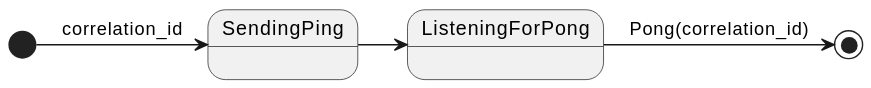
Above: ping.svg in peterpaul/kafka-ping-stm (PlantUML), before the change.
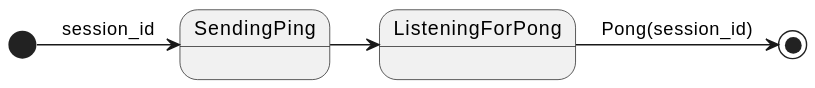
Later version of the same file.

Commit message:
[refactor] Rename correlation_id to session_id

What changed in the source:
```diff
@@ -1,5 +1,5 @@
 @startuml
-[*] -> SendingPing: correlation_id
+[*] -> SendingPing: session_id
 SendingPing -> ListeningForPong
-ListeningForPong -> [*]: Pong(correlation_id)
+ListeningForPong -> [*]: Pong(session_id)
 @enduml
```
